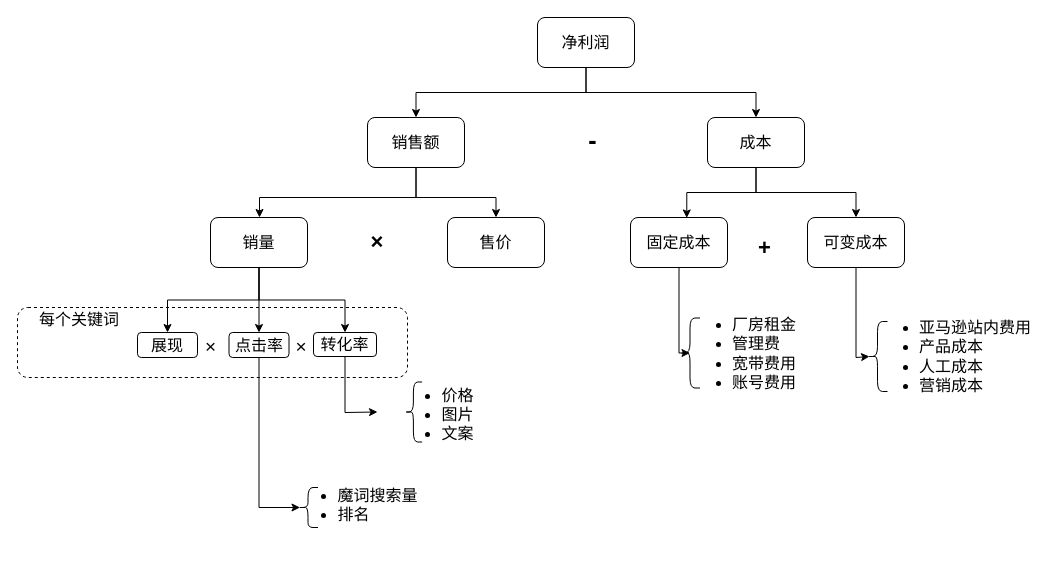
Before: page "Income statement" (2 of 2) of 英国站广告分组逻辑.drawio in carlsonlau/.github.io, a draw.io diagram. Source tidied: cells renumbered, new cells numbered last; positions are measured from the earlier drawing's top-left corner, leaving out a move shared by most shapes. Both pictures are drawn from the tidied source at 100%, with x=0, y=0 at pixel (17, 17).
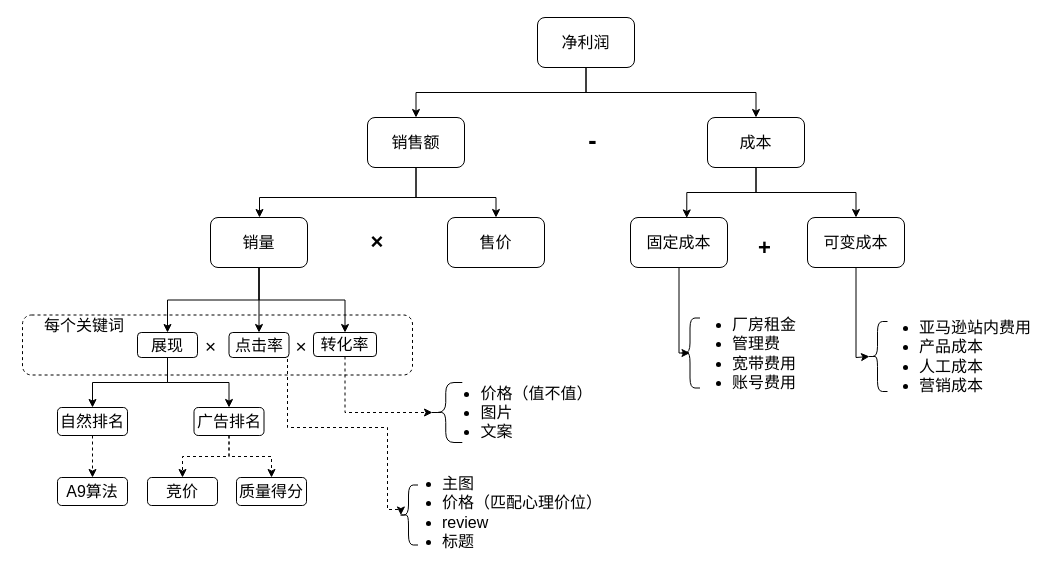
The same diagram, later.

The change refers to these unchanged cells:
```xml
<mxCell id="13" value="点击率" style="rounded=1;whiteSpace=wrap;html=1;fillColor=none;fontSize=16;fontColor=#000000;align=center;" parent="1" vertex="1">
  <mxGeometry x="211.5" y="315" width="60" height="25" as="geometry" />
</mxCell>
<mxCell id="14" value="展现" style="rounded=1;whiteSpace=wrap;html=1;fillColor=none;fontSize=16;fontColor=#000000;align=center;" parent="1" vertex="1">
  <mxGeometry x="120" y="315" width="60" height="25" as="geometry" />
</mxCell>
<mxCell id="26" value="转化率" style="rounded=1;whiteSpace=wrap;html=1;fillColor=none;fontSize=16;fontColor=#000000;align=center;" parent="1" vertex="1">
  <mxGeometry x="296" y="315" width="63" height="24" as="geometry" />
</mxCell>
```

Change to the diagram source:
```diff
@@
+    <mxCell id="36" style="rounded=1;whiteSpace=wrap;html=1;fillColor=none;fontSize=16;fontColor=#000000;align=center;dashed=1;" parent="1" vertex="1">
+      <mxGeometry x="5" y="297.5" width="390" height="60" as="geometry" />
+    </mxCell>
@@
-    <mxCell id="12" style="edgeStyle=orthogonalEdgeStyle;rounded=0;jettySize=auto;html=1;exitX=0.5;exitY=1;exitDx=0;exitDy=0;entryX=0.1;entryY=0.5;entryDx=0;entryDy=0;entryPerimeter=0;fontSize=16;fontColor=#000000;" parent="1" edge="1" source="13" target="30">
+    <mxCell id="12" style="edgeStyle=orthogonalEdgeStyle;rounded=0;jettySize=auto;html=1;exitX=0.5;exitY=1;exitDx=0;exitDy=0;entryX=0.1;entryY=0.5;entryDx=0;entryDy=0;entryPerimeter=0;dashed=1;" parent="1" edge="1" source="13" target="30">
       <mxGeometry relative="1" as="geometry">
         <Array as="points">
-          <mxPoint x="242" y="490" />
+          <mxPoint x="270" y="340" />
+          <mxPoint x="270" y="410" />
+          <mxPoint x="370" y="410" />
+          <mxPoint x="370" y="492" />
         </Array>
       </mxGeometry>
     </mxCell>
@@
+    <mxCell id="45" style="edgeStyle=orthogonalEdgeStyle;rounded=0;jettySize=auto;html=1;exitX=0.5;exitY=1;exitDx=0;exitDy=0;" parent="1" edge="1" source="14" target="53">
+      <mxGeometry relative="1" as="geometry" />
+    </mxCell>
+    <mxCell id="46" style="edgeStyle=orthogonalEdgeStyle;rounded=0;jettySize=auto;html=1;" parent="1" edge="1" source="14" target="49">
+      <mxGeometry relative="1" as="geometry" />
+    </mxCell>
@@
+    <mxCell id="47" style="edgeStyle=orthogonalEdgeStyle;rounded=0;jettySize=auto;html=1;dashed=1;" parent="1" edge="1" source="49" target="51">
+      <mxGeometry relative="1" as="geometry" />
+    </mxCell>
+    <mxCell id="48" style="edgeStyle=orthogonalEdgeStyle;rounded=0;jettySize=auto;html=1;dashed=1;" parent="1" edge="1" source="49" target="50">
+      <mxGeometry relative="1" as="geometry" />
+    </mxCell>
+    <mxCell id="49" value="广告排名" style="rounded=1;whiteSpace=wrap;html=1;fillColor=none;fontSize=16;fontColor=#000000;align=center;" parent="1" vertex="1">
+      <mxGeometry x="176.5" y="390" width="70" height="28" as="geometry" />
+    </mxCell>
+    <mxCell id="50" value="质量得分" style="rounded=1;whiteSpace=wrap;html=1;fillColor=none;fontSize=16;fontColor=#000000;align=center;" parent="1" vertex="1">
+      <mxGeometry x="219" y="460" width="70" height="28" as="geometry" />
+    </mxCell>
+    <mxCell id="51" value="竞价" style="rounded=1;whiteSpace=wrap;html=1;fillColor=none;fontSize=16;fontColor=#000000;align=center;" parent="1" vertex="1">
+      <mxGeometry x="130" y="460" width="70" height="28" as="geometry" />
+    </mxCell>
+    <mxCell id="52" style="edgeStyle=orthogonalEdgeStyle;rounded=0;jettySize=auto;html=1;dashed=1;" parent="1" edge="1" source="53" target="54">
+      <mxGeometry relative="1" as="geometry" />
+    </mxCell>
+    <mxCell id="53" value="自然排名" style="rounded=1;whiteSpace=wrap;html=1;fillColor=none;fontSize=16;fontColor=#000000;align=center;" parent="1" vertex="1">
+      <mxGeometry x="40" y="390" width="70" height="28" as="geometry" />
+    </mxCell>
+    <mxCell id="54" value="A9算法" style="rounded=1;whiteSpace=wrap;html=1;fillColor=none;fontSize=16;fontColor=#000000;align=center;" parent="1" vertex="1">
+      <mxGeometry x="40" y="460" width="70" height="28" as="geometry" />
+    </mxCell>
@@
-    <mxCell id="25" style="edgeStyle=orthogonalEdgeStyle;rounded=0;jettySize=auto;html=1;exitX=0.5;exitY=1;exitDx=0;exitDy=0;entryX=0;entryY=0.5;entryDx=0;entryDy=0;fontSize=16;fontColor=#000000;" parent="1" edge="1" source="26" target="34">
+    <mxCell id="25" style="edgeStyle=orthogonalEdgeStyle;rounded=0;jettySize=auto;html=1;exitX=0.5;exitY=1;exitDx=0;exitDy=0;entryX=0.1;entryY=0.5;entryDx=0;entryDy=0;fontSize=16;fontColor=#000000;entryPerimeter=0;dashed=1;" parent="1" edge="1" source="26" target="33">
       <mxGeometry relative="1" as="geometry">
         <Array as="points">
-          <mxPoint x="328" y="395" />
           <mxPoint x="328" y="395" />
         </Array>
       </mxGeometry>
     </mxCell>
@@
-    <mxCell id="29" style="group;" parent="1" vertex="1">
-      <mxGeometry x="270.5" y="450" width="139" height="60" as="geometry" />
-    </mxCell>
-    <mxCell id="30" style="shape=curlyBracket;whiteSpace=wrap;html=1;rounded=1;fillColor=none;fontSize=16;fontColor=#000000;align=center;" parent="29" vertex="1">
-      <mxGeometry x="10" y="20" width="20" height="40" as="geometry" />
-    </mxCell>
-    <mxCell id="31" value="&lt;ul&gt;&lt;li style=&quot;text-align: left&quot;&gt;魔词搜索量&lt;/li&gt;&lt;li style=&quot;text-align: left&quot;&gt;排名&lt;/li&gt;&lt;/ul&gt;" style="text;strokeColor=none;fillColor=none;html=1;whiteSpace=wrap;verticalAlign=middle;overflow=hidden;fontSize=16;fontColor=#000000;align=center;" parent="29" vertex="1">
-      <mxGeometry width="139" height="60" as="geometry" />
-    </mxCell>
-    <mxCell id="32" style="group;" parent="1" vertex="1">
-      <mxGeometry x="360" y="349.5" width="121" height="90" as="geometry" />
-    </mxCell>
-    <mxCell id="33" style="shape=curlyBracket;whiteSpace=wrap;html=1;rounded=1;fillColor=none;fontSize=16;fontColor=#000000;align=center;" parent="32" vertex="1">
-      <mxGeometry x="27.2" y="15" width="17.4" height="60" as="geometry" />
-    </mxCell>
-    <mxCell id="34" value="&lt;ul&gt;&lt;li style=&quot;text-align: left&quot;&gt;价格&lt;/li&gt;&lt;li style=&quot;text-align: left&quot;&gt;图片&lt;/li&gt;&lt;li style=&quot;text-align: left&quot;&gt;文案&lt;/li&gt;&lt;/ul&gt;" style="text;strokeColor=none;fillColor=none;html=1;whiteSpace=wrap;verticalAlign=middle;overflow=hidden;fontSize=16;fontColor=#000000;align=center;" parent="32" vertex="1">
-      <mxGeometry width="121" height="90" as="geometry" />
-    </mxCell>
     <mxCell id="35" style="group;" parent="1" vertex="1">
-      <mxGeometry y="290" width="390" height="70" as="geometry" />
+      <mxGeometry x="5" y="297.5" width="390" height="60" as="geometry" />
     </mxCell>
-    <mxCell id="36" style="rounded=1;whiteSpace=wrap;html=1;fillColor=none;fontSize=16;fontColor=#000000;align=center;dashed=1;" parent="35" vertex="1">
-      <mxGeometry width="390" height="70" as="geometry" />
-    </mxCell>
     <mxCell id="37" value="每个关键词" style="text;html=1;strokeColor=none;fillColor=none;align=center;verticalAlign=middle;whiteSpace=wrap;rounded=0;fontSize=16;fontColor=#000000;" parent="35" vertex="1">
-      <mxGeometry x="10.3" y="9.9" width="104.4" height="4.9" as="geometry" />
+      <mxGeometry x="10.3" y="8.5" width="104.4" height="4.2" as="geometry" />
     </mxCell>
@@
+    <mxCell id="33" style="shape=curlyBracket;whiteSpace=wrap;html=1;rounded=1;fillColor=none;fontSize=16;fontColor=#000000;align=center;" parent="1" vertex="1">
+      <mxGeometry x="411.7" y="365" width="33.1" height="60" as="geometry" />
+    </mxCell>
+    <mxCell id="34" value="&lt;ul&gt;&lt;li style=&quot;text-align: left&quot;&gt;价格（值不值）&lt;/li&gt;&lt;li style=&quot;text-align: left&quot;&gt;图片&lt;/li&gt;&lt;li style=&quot;text-align: left&quot;&gt;文案&lt;/li&gt;&lt;/ul&gt;" style="text;strokeColor=none;fillColor=none;html=1;whiteSpace=wrap;verticalAlign=middle;overflow=hidden;fontSize=16;fontColor=#000000;align=center;" parent="1" vertex="1">
+      <mxGeometry x="411.5" y="348" width="175" height="77" as="geometry" />
+    </mxCell>
+    <mxCell id="31" value="&lt;ul&gt;&lt;li style=&quot;text-align: left&quot;&gt;&lt;span&gt;主图&lt;/span&gt;&lt;br&gt;&lt;/li&gt;&lt;li style=&quot;text-align: left&quot;&gt;&lt;span&gt;价格（匹配心理价位）&lt;/span&gt;&lt;/li&gt;&lt;li style=&quot;text-align: left&quot;&gt;&lt;span&gt;review&lt;/span&gt;&lt;/li&gt;&lt;li style=&quot;text-align: left&quot;&gt;&lt;span&gt;标题&lt;/span&gt;&lt;/li&gt;&lt;/ul&gt;" style="text;strokeColor=none;fillColor=none;html=1;whiteSpace=wrap;verticalAlign=middle;overflow=hidden;fontSize=16;fontColor=#000000;align=center;" parent="1" vertex="1">
+      <mxGeometry x="370" y="438" width="230" height="113" as="geometry" />
+    </mxCell>
+    <mxCell id="55" style="group;" parent="1" vertex="1">
+      <mxGeometry x="290.5" y="357.5" width="110" height="170" as="geometry" />
+    </mxCell>
+    <mxCell id="30" style="shape=curlyBracket;whiteSpace=wrap;html=1;rounded=1;fillColor=none;fontSize=16;fontColor=#000000;align=center;" parent="55" vertex="1">
+      <mxGeometry x="91" y="110" width="19" height="60" as="geometry" />
+    </mxCell>
```
